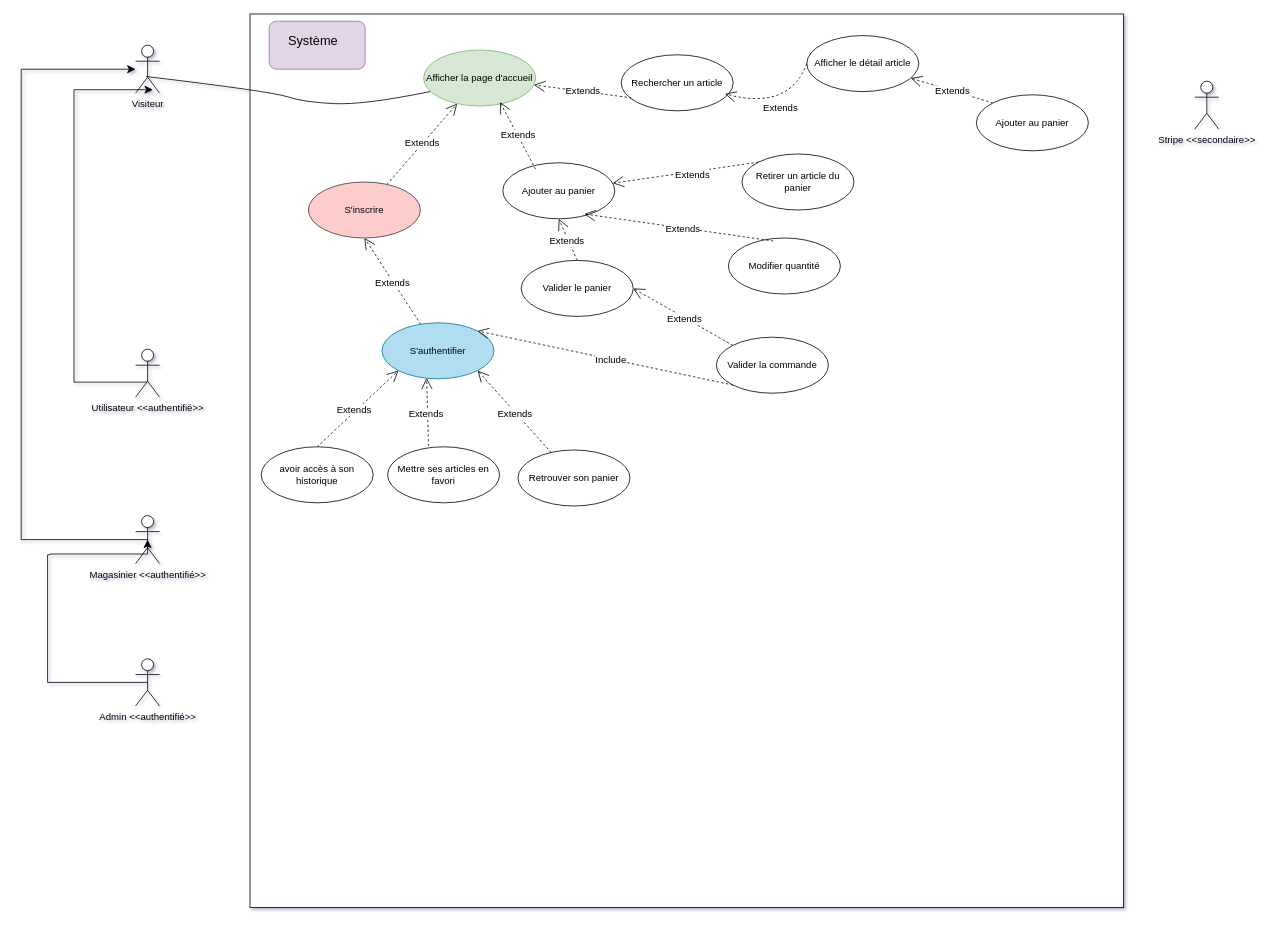
Before: Diagramme sans nom.drawio in Steony/BeautyBookerApp, a draw.io diagram. Source tidied: cells renumbered, new cells numbered last; positions are measured from the earlier drawing's top-left corner, leaving out a move shared by most shapes. Both pictures are drawn from the tidied source at 80%, with x=0, y=0 at pixel (21, 14).
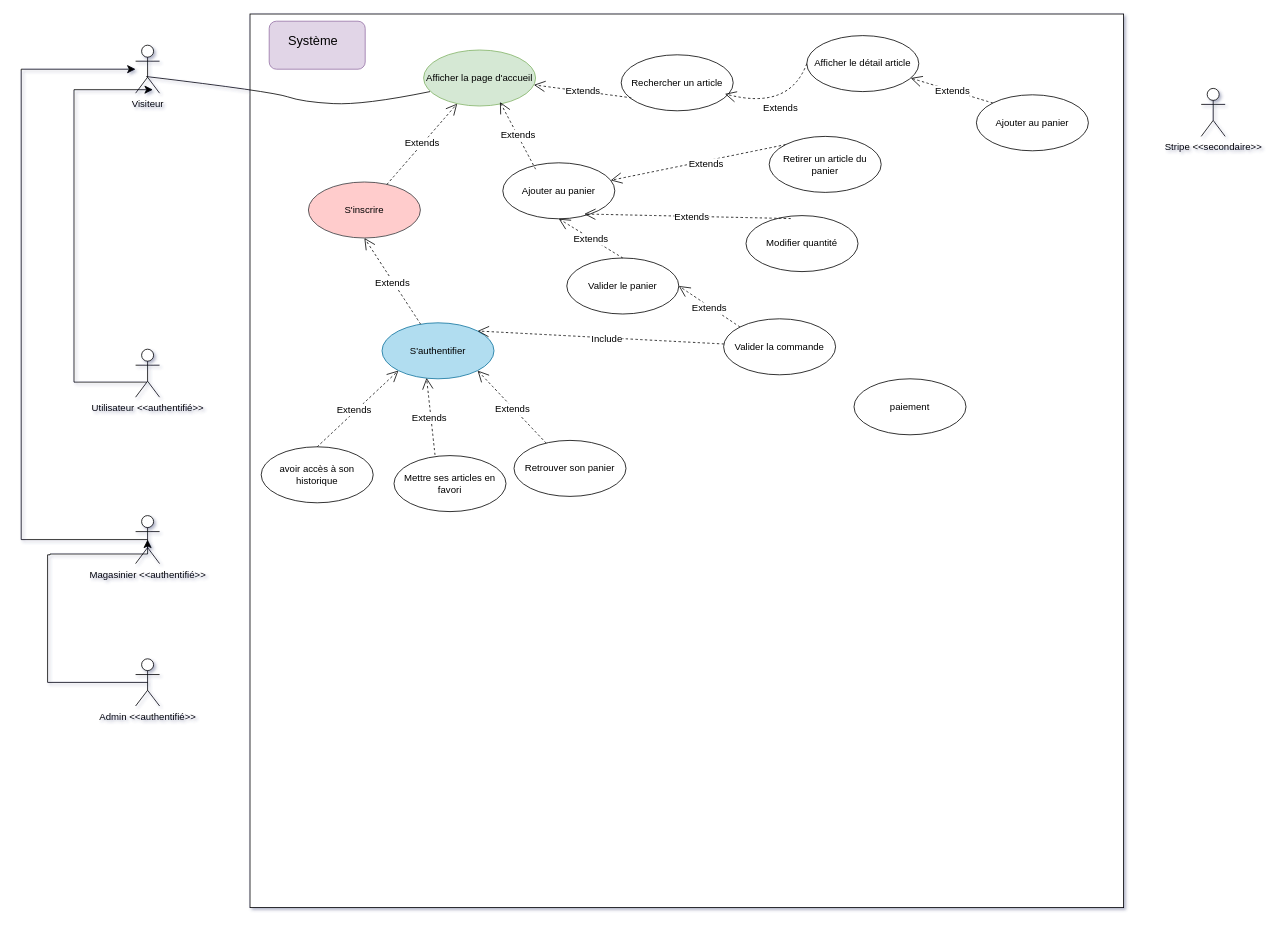
The same diagram, later.

Commit message:
Mettre à jour Diagramme sans nom.drawio

The change refers to these unchanged cells:
```xml
<mxCell id="30" value="S'authentifier" style="ellipse;whiteSpace=wrap;html=1;fillColor=#b1ddf0;strokeColor=#10739e;" parent="1" vertex="1">
  <mxGeometry x="451" y="386" width="140" height="70" as="geometry" />
</mxCell>
```

Diff of the diagram source:
```diff
@@
     <mxCell id="6" value="Stripe &amp;lt;&amp;lt;secondaire&amp;gt;&amp;gt;" style="shape=umlActor;verticalLabelPosition=bottom;verticalAlign=top;html=1;" parent="1" vertex="1">
-      <mxGeometry x="1467" y="84" width="30" height="60" as="geometry" />
+      <mxGeometry x="1475" y="93" width="30" height="60" as="geometry" />
     </mxCell>
@@
     <mxCell id="23" value="Retirer un article du panier" style="ellipse;whiteSpace=wrap;html=1;" parent="1" vertex="1">
-      <mxGeometry x="901" y="175" width="140" height="70" as="geometry" />
+      <mxGeometry x="935" y="153" width="140" height="70" as="geometry" />
     </mxCell>
@@
     <mxCell id="25" value="Modifier quantité" style="ellipse;whiteSpace=wrap;html=1;" parent="1" vertex="1">
-      <mxGeometry x="884" y="280" width="140" height="70" as="geometry" />
+      <mxGeometry x="906" y="252" width="140" height="70" as="geometry" />
     </mxCell>
@@
     <mxCell id="27" value="Valider le panier" style="ellipse;whiteSpace=wrap;html=1;" parent="1" vertex="1">
-      <mxGeometry x="625" y="308" width="140" height="70" as="geometry" />
+      <mxGeometry x="682" y="305" width="140" height="70" as="geometry" />
     </mxCell>
@@
     <mxCell id="29" value="Valider la commande" style="ellipse;whiteSpace=wrap;html=1;" parent="1" vertex="1">
-      <mxGeometry x="869" y="404" width="140" height="70" as="geometry" />
+      <mxGeometry x="878" y="381" width="140" height="70" as="geometry" />
     </mxCell>
@@
-    <mxCell id="32" value="Include" style="endArrow=open;endSize=12;dashed=1;html=1;rounded=0;fontSize=12;curved=1;exitX=0;exitY=1;exitDx=0;exitDy=0;entryX=1;entryY=0;entryDx=0;entryDy=0;" parent="1" edge="1" source="29" target="30">
+    <mxCell id="32" value="Include" style="endArrow=open;endSize=12;dashed=1;html=1;rounded=0;fontSize=12;curved=1;entryX=1;entryY=0;entryDx=0;entryDy=0;" parent="1" edge="1" source="29" target="30">
       <mxGeometry x="-0.05" y="1" relative="1" as="geometry">
         <mxPoint x="-1" as="offset" />
       </mxGeometry>
     </mxCell>
@@
     <mxCell id="36" value="Retrouver son panier" style="ellipse;whiteSpace=wrap;html=1;" parent="1" vertex="1">
-      <mxGeometry x="621" y="545" width="140" height="70" as="geometry" />
+      <mxGeometry x="616" y="533" width="140" height="70" as="geometry" />
     </mxCell>
     <mxCell id="37" value="Mettre ses articles en favori" style="ellipse;whiteSpace=wrap;html=1;" parent="1" vertex="1">
-      <mxGeometry x="458" y="541" width="140" height="70" as="geometry" />
+      <mxGeometry x="466" y="552" width="140" height="70" as="geometry" />
     </mxCell>
@@
+    <mxCell id="42" value="paiement" style="ellipse;whiteSpace=wrap;html=1;" parent="1" vertex="1">
+      <mxGeometry x="1041" y="456" width="140" height="70" as="geometry" />
+    </mxCell>
```
